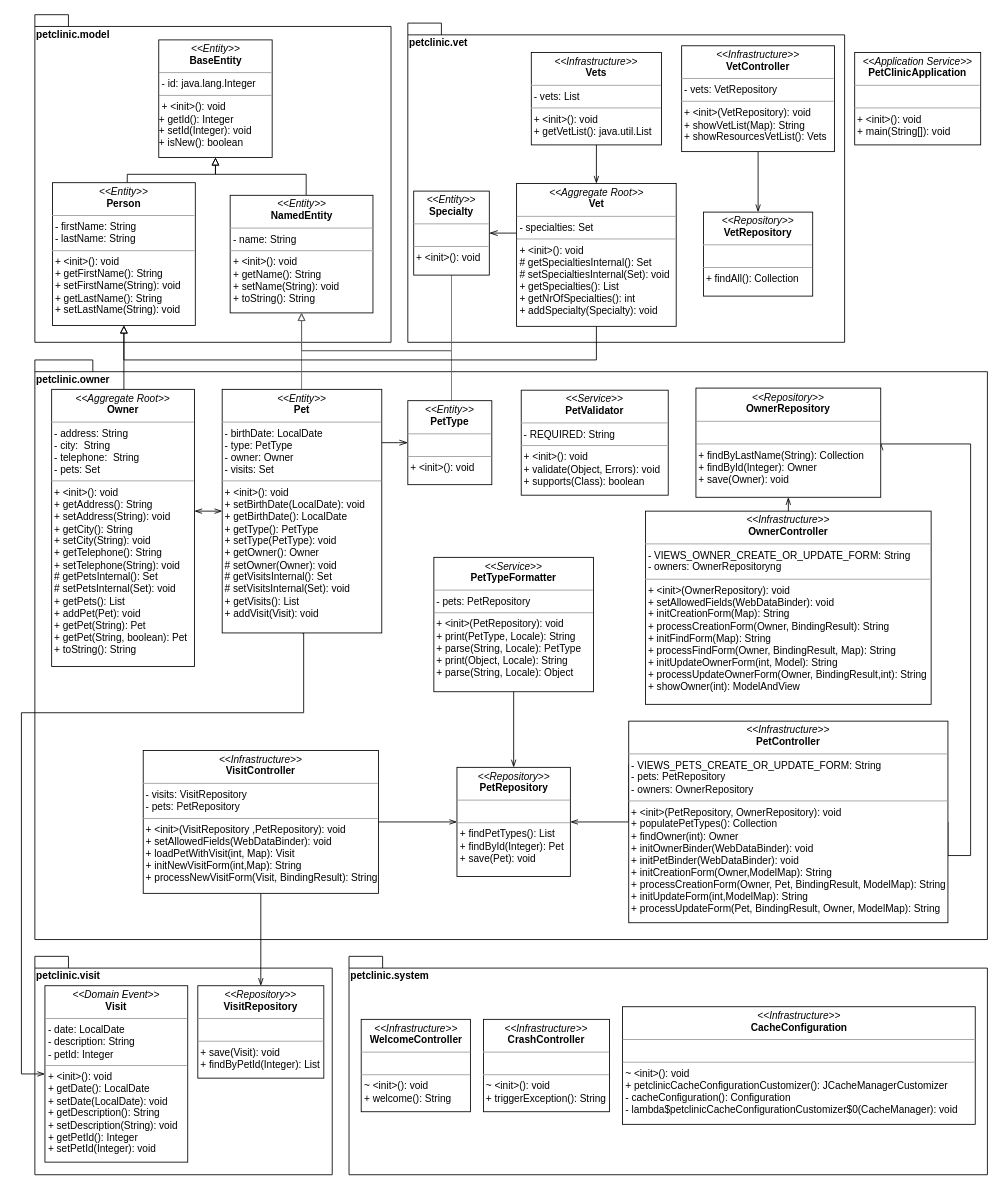
DanielKraft/bachelor-thesis keeps this draw.io diagram as page "old" (1 of 15) of gfx/example/petclinic/raw/uml-petclinic.drawio. Above is the earlier version. Source tidied: cells renumbered, new cells numbered last; positions are measured from the earlier drawing's top-left corner, leaving out a move shared by most shapes. Both pictures are drawn from the tidied source at 84%, with x=0, y=0 at pixel (21, 14).
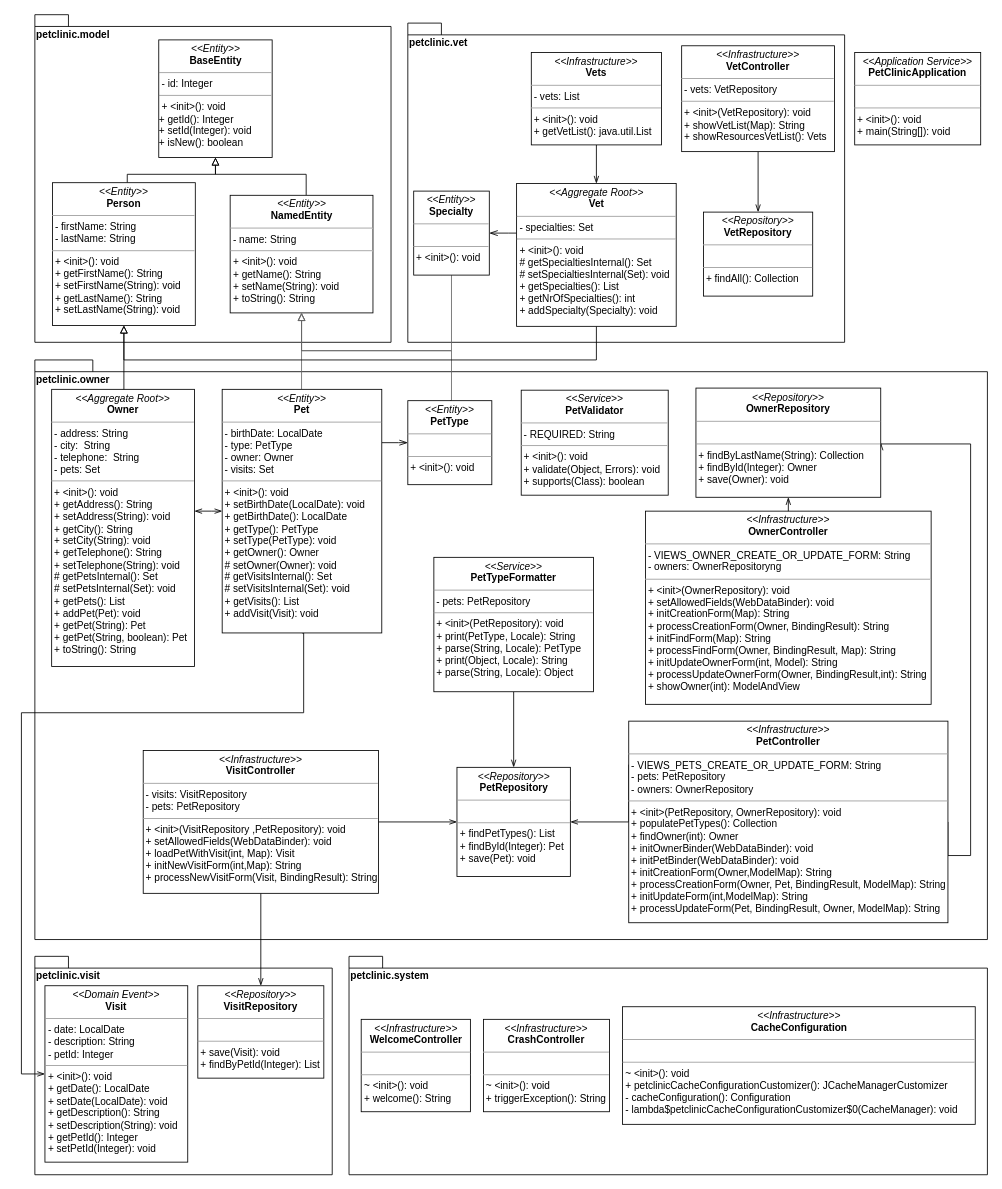
The same diagram, later.

What changed in the source:
```diff
@@
-    <mxCell id="48" value="&lt;p style=&quot;margin: 0px ; margin-top: 4px ; text-align: center&quot;&gt;&lt;i&gt;&amp;lt;&amp;lt;Entity&amp;gt;&amp;gt;&lt;/i&gt;&lt;br&gt;&lt;b&gt;BaseEntity&lt;/b&gt;&lt;/p&gt;&lt;hr size=&quot;1&quot;&gt;&lt;div&gt;&amp;nbsp;- id: java.lang.Integer&lt;/div&gt;&lt;hr size=&quot;1&quot;&gt;&lt;div&gt;&amp;nbsp;+ &amp;lt;init&amp;gt;(): void&lt;/div&gt;&lt;div&gt;+ getId(): Integer&lt;/div&gt;&lt;div&gt;+ setId(Integer): void&lt;/div&gt;&lt;div&gt;+ isNew(): boolean&lt;/div&gt;" style="verticalAlign=top;align=left;overflow=fill;fontSize=12;fontFamily=Helvetica;html=1;" parent="1" vertex="1">
+    <mxCell id="48" value="&lt;p style=&quot;margin: 0px ; margin-top: 4px ; text-align: center&quot;&gt;&lt;i&gt;&amp;lt;&amp;lt;Entity&amp;gt;&amp;gt;&lt;/i&gt;&lt;br&gt;&lt;b&gt;BaseEntity&lt;/b&gt;&lt;/p&gt;&lt;hr size=&quot;1&quot;&gt;&lt;div&gt;&amp;nbsp;- id: Integer&lt;/div&gt;&lt;hr size=&quot;1&quot;&gt;&lt;div&gt;&amp;nbsp;+ &amp;lt;init&amp;gt;(): void&lt;/div&gt;&lt;div&gt;+ getId(): Integer&lt;/div&gt;&lt;div&gt;+ setId(Integer): void&lt;/div&gt;&lt;div&gt;+ isNew(): boolean&lt;/div&gt;" style="verticalAlign=top;align=left;overflow=fill;fontSize=12;fontFamily=Helvetica;html=1;" parent="1" vertex="1">
       <mxGeometry x="163.5" y="30" width="135" height="140" as="geometry" />
     </mxCell>
```
